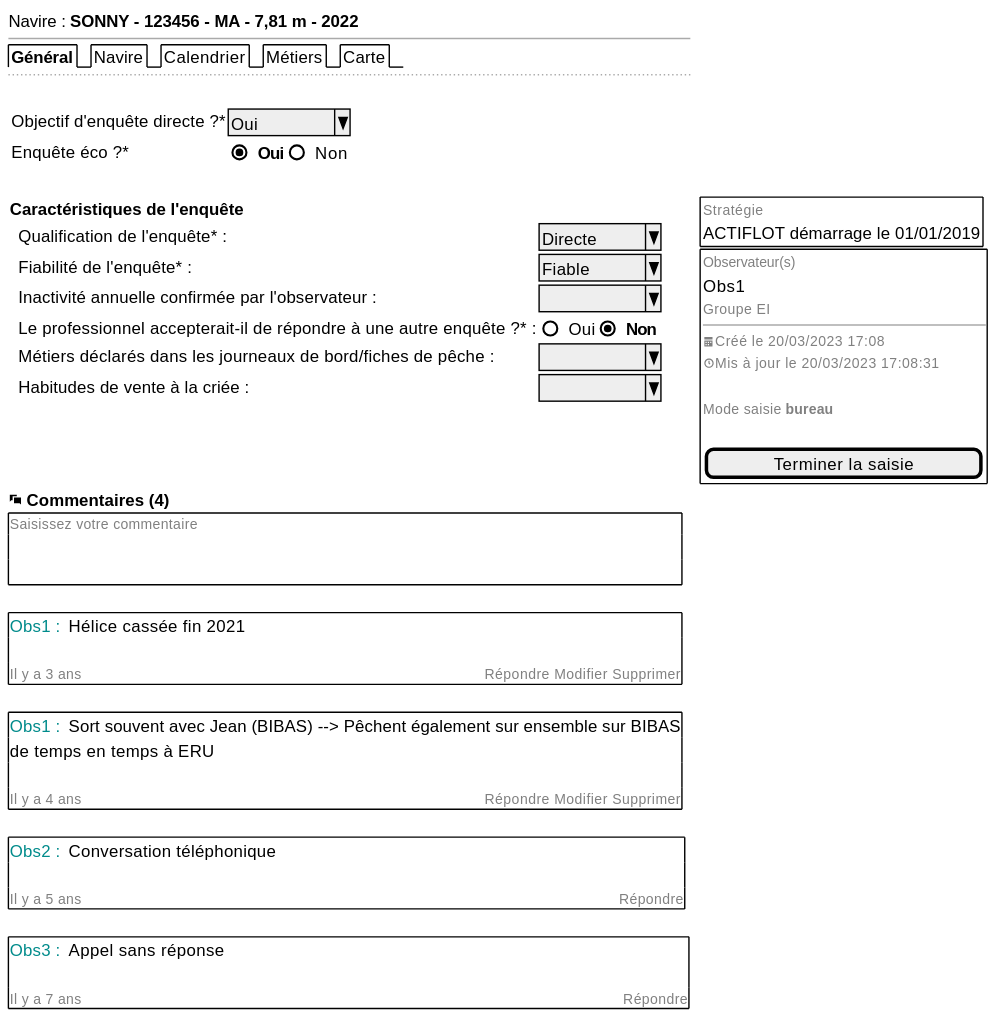
Above: projects/activity-calendar/spe/images/activity-calendar-general-comments.svg in sumaris-net/sumaris-doc (PlantUML), before the change. Source of this version:
```plantuml
@startsalt
{
  Navire : <b>SONNY - 123456 - MA - 7,81 m - 2022
  --
  {/ <b>Général | Navire | Calendrier | Métiers | Carte}
  ..
  .
  {{
    Objectif d'enquête directe ?* | ^Oui      ^
    Enquête éco ?* | { (X) <b>Oui | () Non }} |
  }
  .
  {
  <b>Caractéristiques de l'enquête
     {
     . | Qualification de l'enquête* : | ^Directe  ^
     . | Fiabilité de l'enquête* : | ^Fiable   ^
     . | Inactivité annuelle confirmée par l'observateur : | ^         ^
     . | Le professionnel accepterait-il de répondre à une autre enquête ?* : | { () Oui | (X) <b>Non }
     . | Métiers déclarés dans les journeaux de bord/fiches de pêche : | ^         ^
     . | Habitudes de vente à la criée : | ^         ^
     }
  } . {{+
                           {
                           <font color=grey size=10>Stratégie
                           ACTIFLOT démarrage le 01/01/2019
                           }}
                           {+
                           {
                           <font color=grey size=10>Observateur(s)
                           Obs1
                           <font color=grey size=10>Groupe EI
                           --
                           <font color=grey size=10><&calendar>Créé le 20/03/2023 17:08
                           <font color=grey size=10><&clock>Mis à jour le 20/03/2023 17:08:31
                           .
                           <font color=grey size=10>Mode saisie <b>bureau
                           .
                           [ Terminer la saisie     ]
                           }}}
    <b><&chat> Commentaires (4)
         {+ <font color=grey size=10>Saisissez votre commentaire                                                                                                                   <&X>
            .
            .
         }
         .
         {+ <font color=DarkCyan>Obs1 : <font color=black> Hélice cassée fin 2021
            .
            <font color=grey size=10>Il y a 3 ans                                                                                                <&X>Répondre Modifier Supprimer
         }
         .
         {+ <font color=DarkCyan>Obs1 : <font color=black> Sort souvent avec Jean (BIBAS) --> Pêchent également sur ensemble sur BIBAS
            de temps en temps à ERU
            .
            <font color=grey size=10>Il y a 4 ans                                                                                                <&X>Répondre Modifier Supprimer
         }
         .
         {+ <font color=DarkCyan>Obs2 : <font color=black> Conversation téléphonique
            .
            <font color=grey size=10>Il y a 5 ans                                                                                                                                <&X>Répondre
         }
         .
         {+ <font color=DarkCyan>Obs3 : <font color=black> Appel sans réponse
            .
            <font color=grey size=10>Il y a 7 ans                                                                                                                                 <&X>Répondre
         }
         }
         .





  .
  --
  { [Fermer] | [<&reload> Réinitialiser] | [Sauvegarder] }
}
@endsalt
```
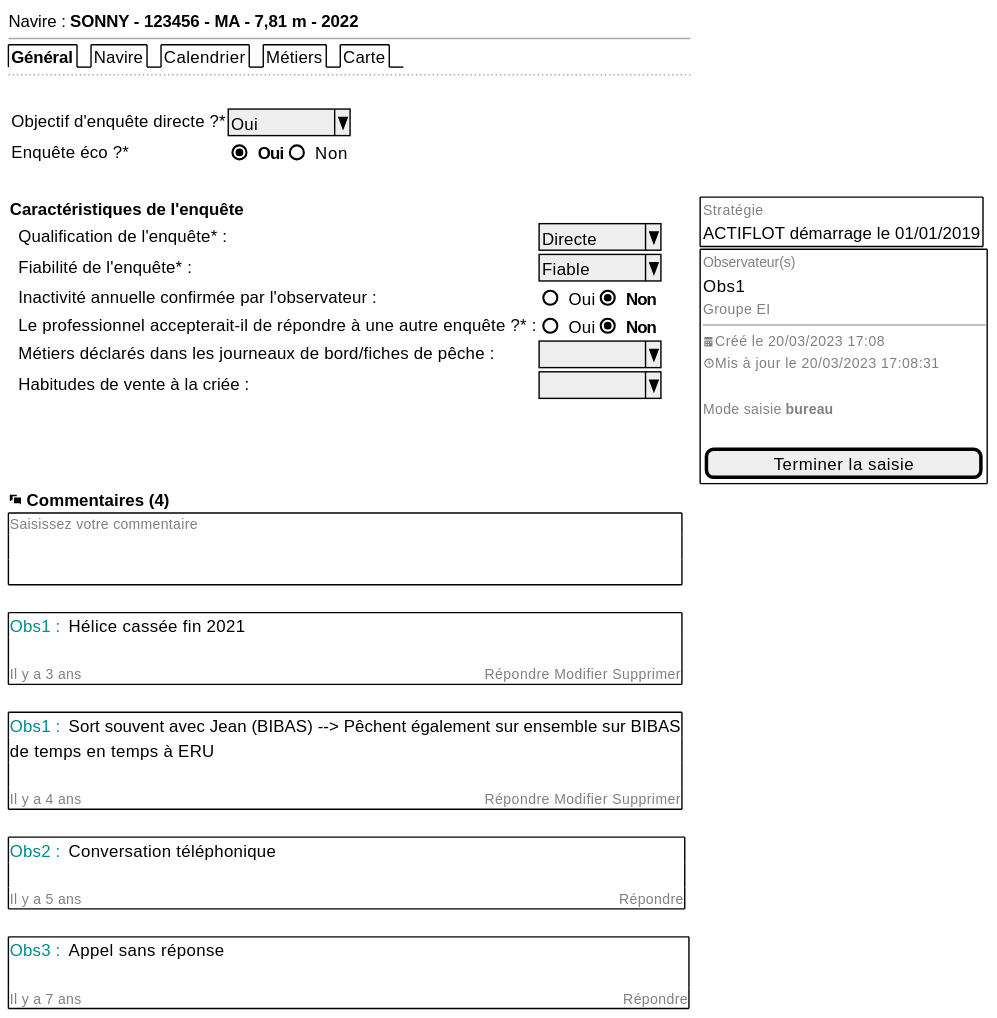
After the change.

Commit message:
[spe] Actiflot, update specifications

Diff of the diagram source:
```diff
@@ -15,7 +15,7 @@
      {
      . | Qualification de l'enquête* : | ^Directe  ^
      . | Fiabilité de l'enquête* : | ^Fiable   ^
-     . | Inactivité annuelle confirmée par l'observateur : | ^         ^
+     . | Inactivité annuelle confirmée par l'observateur : | { () Oui | (X) <b>Non }
      . | Le professionnel accepterait-il de répondre à une autre enquête ?* : | { () Oui | (X) <b>Non }
      . | Métiers déclarés dans les journeaux de bord/fiches de pêche : | ^         ^
      . | Habitudes de vente à la criée : | ^         ^
```
